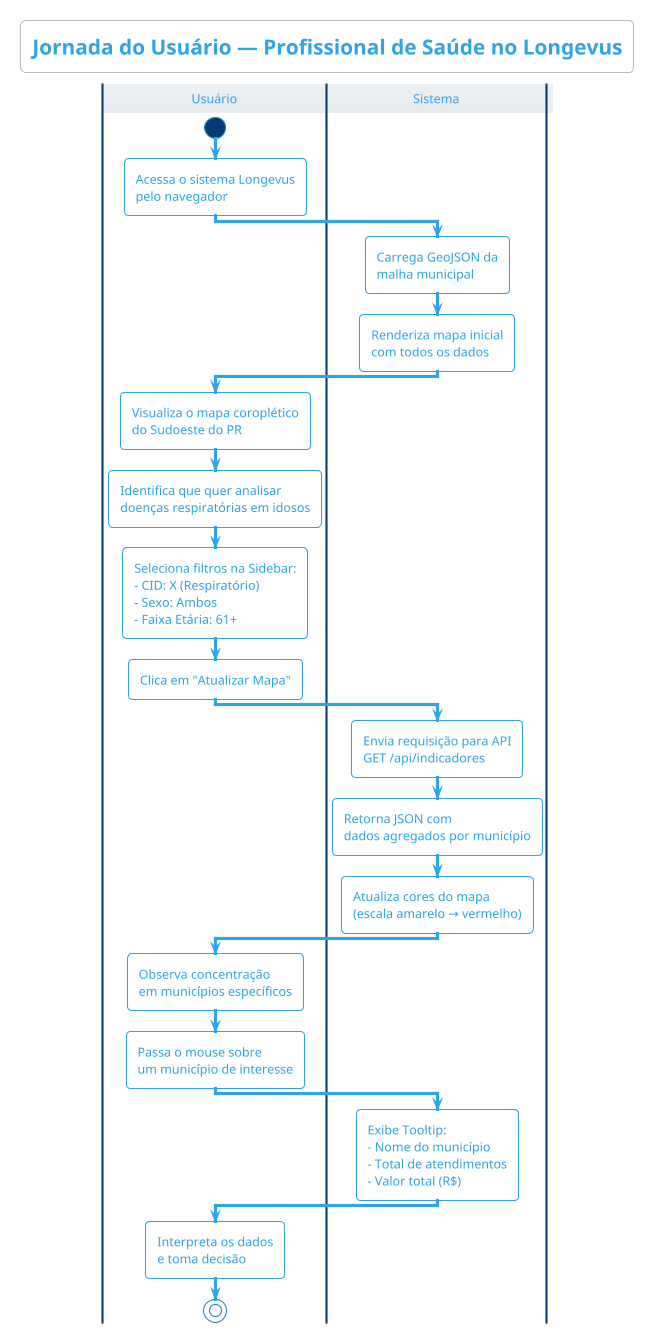
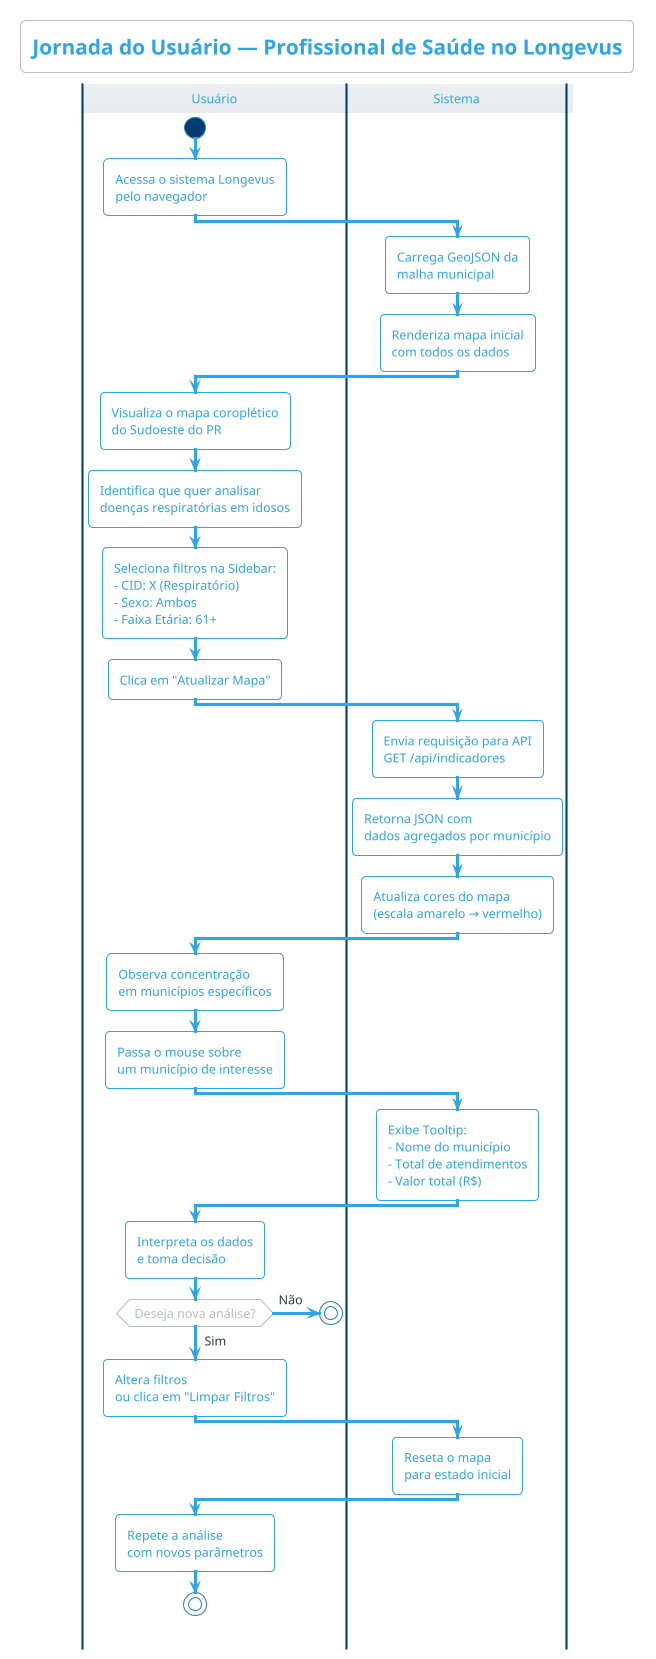
@startuml jornada_usuario
!theme cerulean-outline
title Jornada do Usuário — Profissional de Saúde no Longevus

|Usuário|
|Sistema|

|Usuário|
start
:Acessa o sistema Longevus\npelo navegador;

|Sistema|
:Carrega GeoJSON da\nmalha municipal;
:Renderiza mapa inicial\ncom todos os dados;

|Usuário|
:Visualiza o mapa coroplético\ndo Sudoeste do PR;
:Identifica que quer analisar\ndoenças respiratórias em idosos;

:Seleciona filtros na Sidebar:
- CID: X (Respiratório)
- Sexo: Ambos
- Faixa Etária: 61+;

:Clica em "Atualizar Mapa";

|Sistema|
:Envia requisição para API\nGET /api/indicadores;
:Retorna JSON com\ndados agregados por município;
:Atualiza cores do mapa\n(escala amarelo → vermelho);

|Usuário|
:Observa concentração\nem municípios específicos;
:Passa o mouse sobre\num município de interesse;

|Sistema|
:Exibe Tooltip:
- Nome do município
- Total de atendimentos
- Valor total (R$);

|Usuário|
:Interpreta os dados\ne toma decisão;
- stop
+ 
+ if (Deseja nova análise?) then (Sim)
+   :Altera filtros\nou clica em "Limpar Filtros";
+   |Sistema|
+   :Reseta o mapa\npara estado inicial;
+   |Usuário|
+   :Repete a análise\ncom novos parâmetros;
+   stop
+ else (Não)
+   stop
+ endif

@enduml
